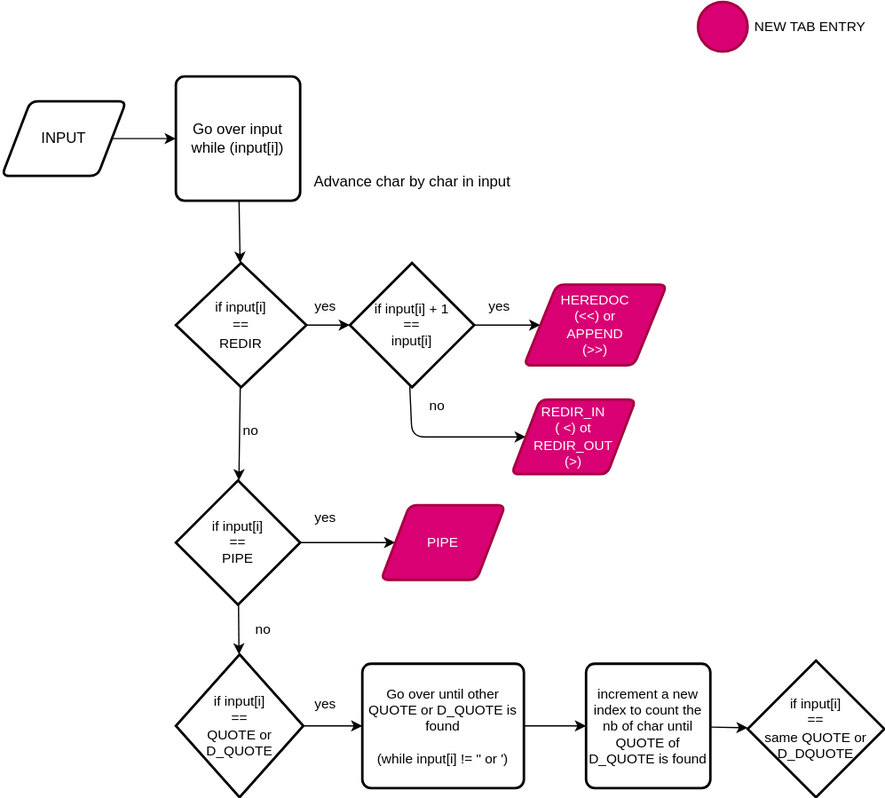
Before: draws/doc_tokenization.drawio.svg, a diagram exported from draw.io (csteylae/MiniTry). Source tidied: cells renumbered, new cells last; positions are measured from the earlier drawing's top-left corner, leaving out a move shared by most shapes.
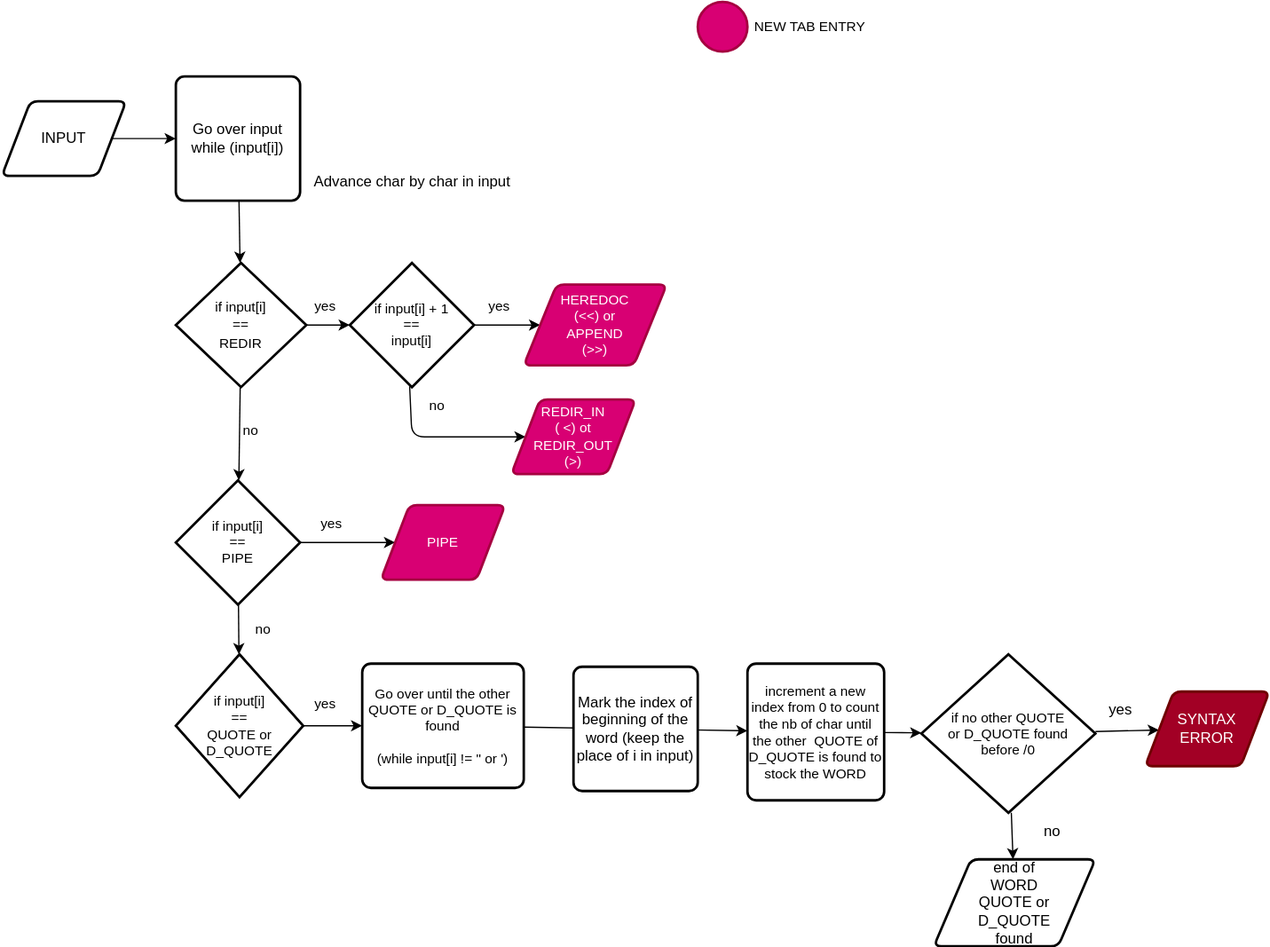
Later version of the same file.

The edit, as a diff of the source:
```diff
@@ -67,7 +67,7 @@
       <mxGeometry x="180" y="330" width="40" height="30" as="geometry" />
     </mxCell>
     <mxCell id="22" value="yes" style="text;html=1;align=center;verticalAlign=middle;strokeColor=none;fillColor=none;fontSize=11;" parent="1" vertex="1">
-      <mxGeometry x="240" y="400" width="40" height="30" as="geometry" />
+      <mxGeometry x="245" y="405" width="40" height="30" as="geometry" />
     </mxCell>
     <mxCell id="23" style="strokeWidth=2;html=1;shape=mxgraph.flowchart.start_2;whiteSpace=wrap;fontSize=11;fillColor=#d80073;fontColor=#ffffff;strokeColor=#A50040;" parent="1" vertex="1">
       <mxGeometry x="560" width="40" height="40" as="geometry" />
@@ -84,7 +84,7 @@
     <mxCell id="27" style="edgeStyle=none;html=1;fontSize=11;" parent="1" edge="1" source="28" target="33">
       <mxGeometry relative="1" as="geometry" />
     </mxCell>
-    <mxCell id="28" value="Go over until other QUOTE or D_QUOTE is found&lt;br&gt;&lt;br&gt;(while input[i] != &quot; or ')" style="rounded=1;whiteSpace=wrap;html=1;absoluteArcSize=1;arcSize=14;strokeWidth=2;fontSize=11;" parent="1" vertex="1">
+    <mxCell id="28" value="Go over until the other QUOTE or D_QUOTE is found&lt;br&gt;&lt;br&gt;(while input[i] != &quot; or ')" style="rounded=1;whiteSpace=wrap;html=1;absoluteArcSize=1;arcSize=14;strokeWidth=2;fontSize=11;" parent="1" vertex="1">
       <mxGeometry x="290" y="532.5" width="130" height="100" as="geometry" />
     </mxCell>
     <mxCell id="29" value="no" style="text;html=1;align=center;verticalAlign=middle;strokeColor=none;fillColor=none;fontSize=11;" parent="1" vertex="1">
@@ -99,11 +99,32 @@
     <mxCell id="32" style="edgeStyle=none;html=1;fontSize=11;" parent="1" edge="1" source="33" target="34">
       <mxGeometry relative="1" as="geometry" />
     </mxCell>
-    <mxCell id="33" value="increment a new index to count the nb of char until QUOTE of D_QUOTE is found&lt;br&gt;" style="rounded=1;whiteSpace=wrap;html=1;absoluteArcSize=1;arcSize=14;strokeWidth=2;fontSize=11;" parent="1" vertex="1">
-      <mxGeometry x="470" y="532.5" width="100" height="100" as="geometry" />
+    <mxCell id="33" value="increment a new index from 0 to count the nb of char until the other&amp;nbsp; QUOTE of D_QUOTE is found to stock the WORD" style="rounded=1;whiteSpace=wrap;html=1;absoluteArcSize=1;arcSize=14;strokeWidth=2;fontSize=11;" parent="1" vertex="1">
+      <mxGeometry x="600" y="532.5" width="110" height="110" as="geometry" />
     </mxCell>
+    <mxCell id="35" style="edgeStyle=none;html=1;" parent="1" edge="1" source="34" target="38">
+      <mxGeometry relative="1" as="geometry" />
+    </mxCell>
+    <mxCell id="36" style="edgeStyle=none;html=1;" parent="1" edge="1" source="34" target="40">
+      <mxGeometry relative="1" as="geometry" />
+    </mxCell>
-    <mxCell id="34" value="if input[i] &lt;br&gt;== &lt;br&gt;same QUOTE or D_DQUOTE" style="strokeWidth=2;html=1;shape=mxgraph.flowchart.decision;whiteSpace=wrap;fontSize=11;" parent="1" vertex="1">
-      <mxGeometry x="600" y="530" width="110" height="110" as="geometry" />
+    <mxCell id="34" value="if no other QUOTE&lt;br&gt;&amp;nbsp;or D_QUOTE found &lt;br&gt;before /0" style="strokeWidth=2;html=1;shape=mxgraph.flowchart.decision;whiteSpace=wrap;fontSize=11;" parent="1" vertex="1">
+      <mxGeometry x="740" y="525" width="140" height="127.5" as="geometry" />
     </mxCell>
+    <mxCell id="37" value="Mark the index of beginning of the word (keep the place of i in input)" style="rounded=1;whiteSpace=wrap;html=1;absoluteArcSize=1;arcSize=14;strokeWidth=2;" parent="1" vertex="1">
+      <mxGeometry x="460" y="535" width="100" height="100" as="geometry" />
+    </mxCell>
+    <mxCell id="38" value="SYNTAX &lt;br&gt;ERROR" style="shape=parallelogram;html=1;strokeWidth=2;perimeter=parallelogramPerimeter;whiteSpace=wrap;rounded=1;arcSize=12;size=0.23;fillColor=#a20025;fontColor=#ffffff;strokeColor=#6F0000;" parent="1" vertex="1">
+      <mxGeometry x="920" y="555" width="100" height="60" as="geometry" />
+    </mxCell>
+    <mxCell id="39" value="yes" style="text;html=1;align=center;verticalAlign=middle;strokeColor=none;fillColor=none;" parent="1" vertex="1">
+      <mxGeometry x="880" y="555" width="40" height="30" as="geometry" />
+    </mxCell>
+    <mxCell id="40" value="end of&amp;nbsp;&lt;br&gt;WORD&lt;br&gt;QUOTE or&lt;br&gt;&amp;nbsp;D_QUOTE &lt;br&gt;found" style="shape=parallelogram;html=1;strokeWidth=2;perimeter=parallelogramPerimeter;whiteSpace=wrap;rounded=1;arcSize=12;size=0.23;" parent="1" vertex="1">
+      <mxGeometry x="750" y="690" width="130" height="70" as="geometry" />
+    </mxCell>
+    <mxCell id="41" value="no" style="text;html=1;align=center;verticalAlign=middle;strokeColor=none;fillColor=none;" parent="1" vertex="1">
+      <mxGeometry x="825" y="652.5" width="40" height="30" as="geometry" />
+    </mxCell>
   </root>
 </mxGraphModel>
```
